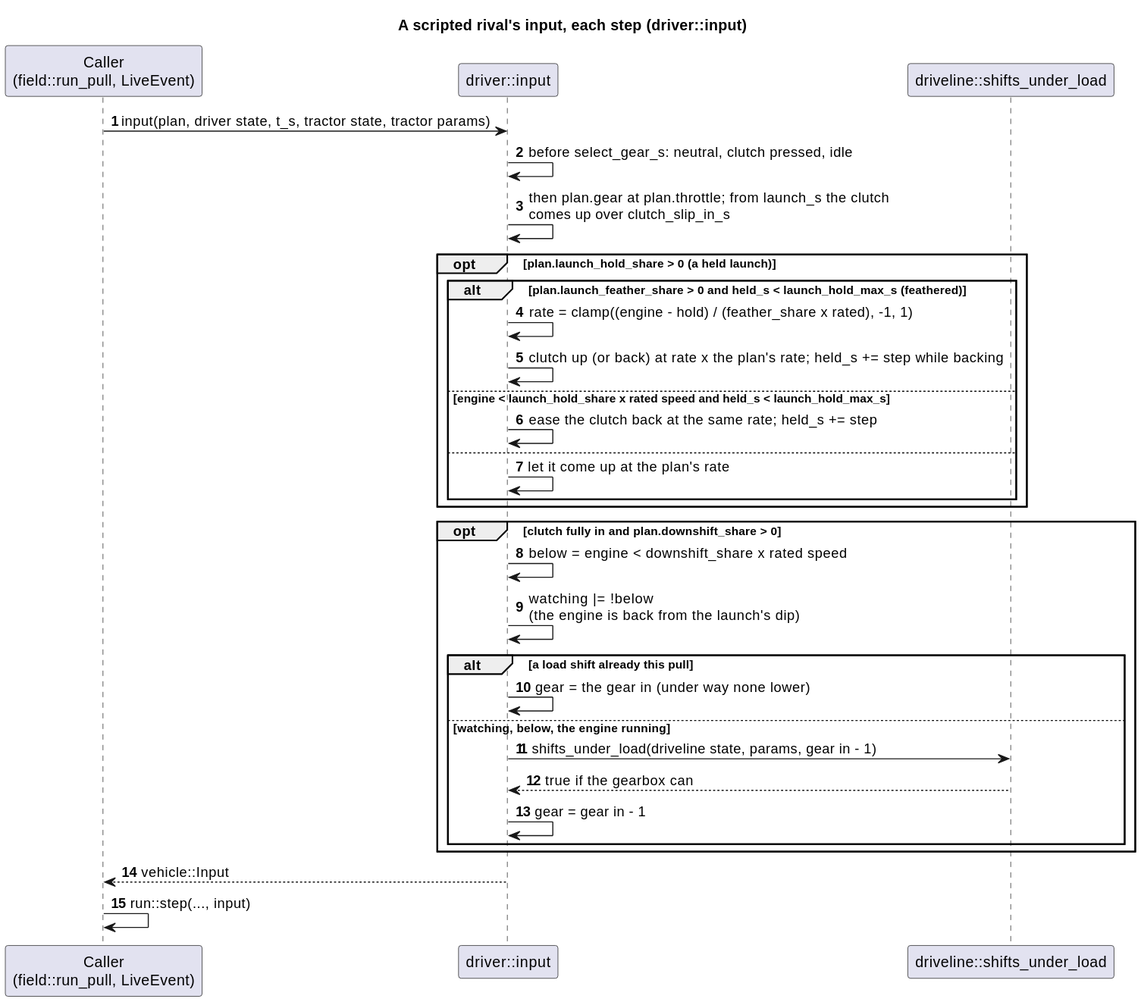
The PlantUML diagram docs/diagrams/svg/driver_input_sequence.svg in wversteeg/TractorPulling, before a commit.
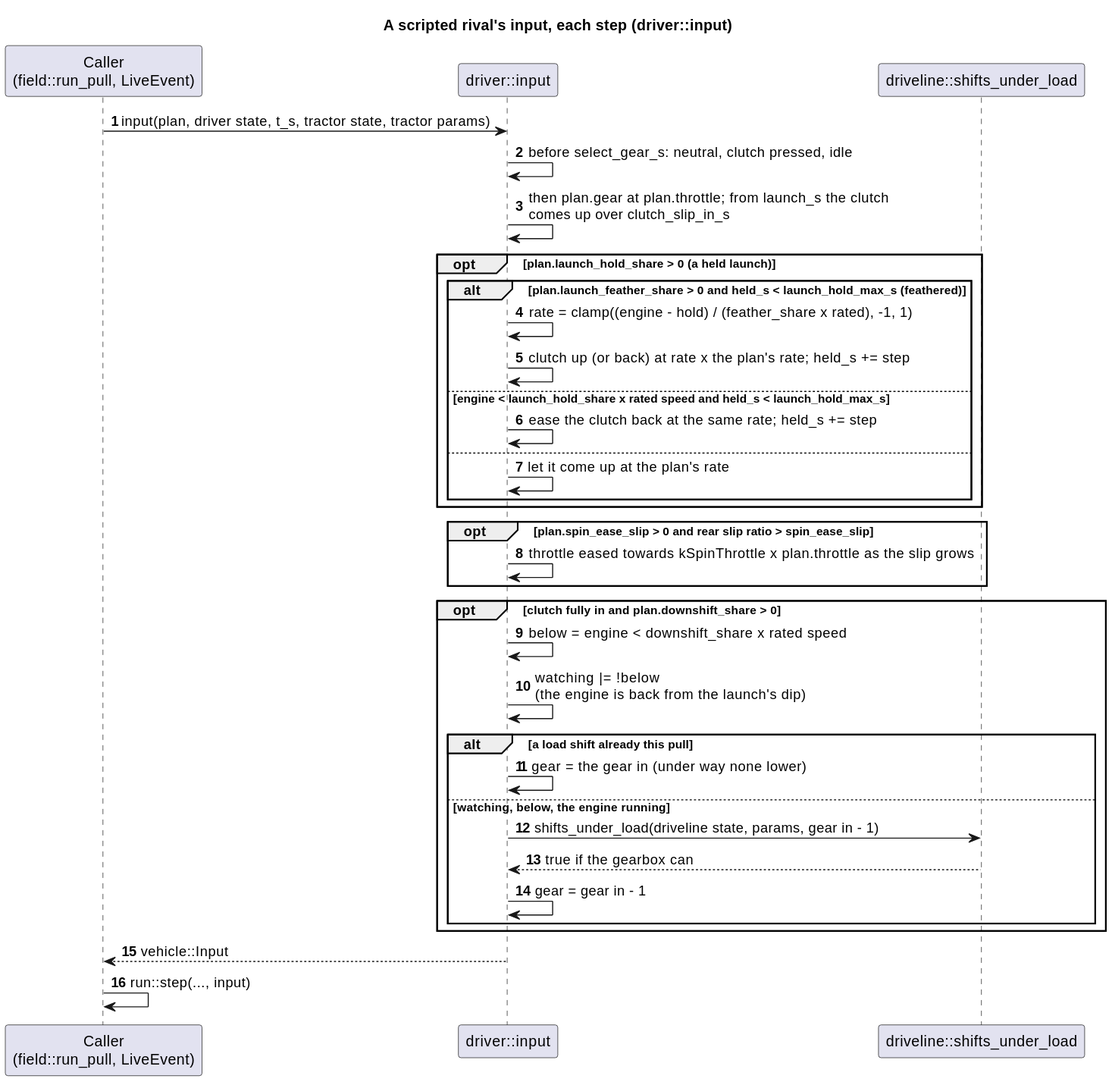
After the change.

What changed in the source:
```diff
@@ -11,12 +11,15 @@
 opt plan.launch_hold_share > 0 (a held launch)
   alt plan.launch_feather_share > 0 and held_s < launch_hold_max_s (feathered)
     Driver -> Driver : rate = clamp((engine - hold) / (feather_share x rated), -1, 1)
-    Driver -> Driver : clutch up (or back) at rate x the plan's rate; held_s += step while backing
+    Driver -> Driver : clutch up (or back) at rate x the plan's rate; held_s += step
   else engine < launch_hold_share x rated speed and held_s < launch_hold_max_s
     Driver -> Driver : ease the clutch back at the same rate; held_s += step
   else
     Driver -> Driver : let it come up at the plan's rate
   end
+end
+opt plan.spin_ease_slip > 0 and rear slip ratio > spin_ease_slip
+  Driver -> Driver : throttle eased towards kSpinThrottle x plan.throttle as the slip grows
 end
 opt clutch fully in and plan.downshift_share > 0
   Driver -> Driver : below = engine < downshift_share x rated speed
```
